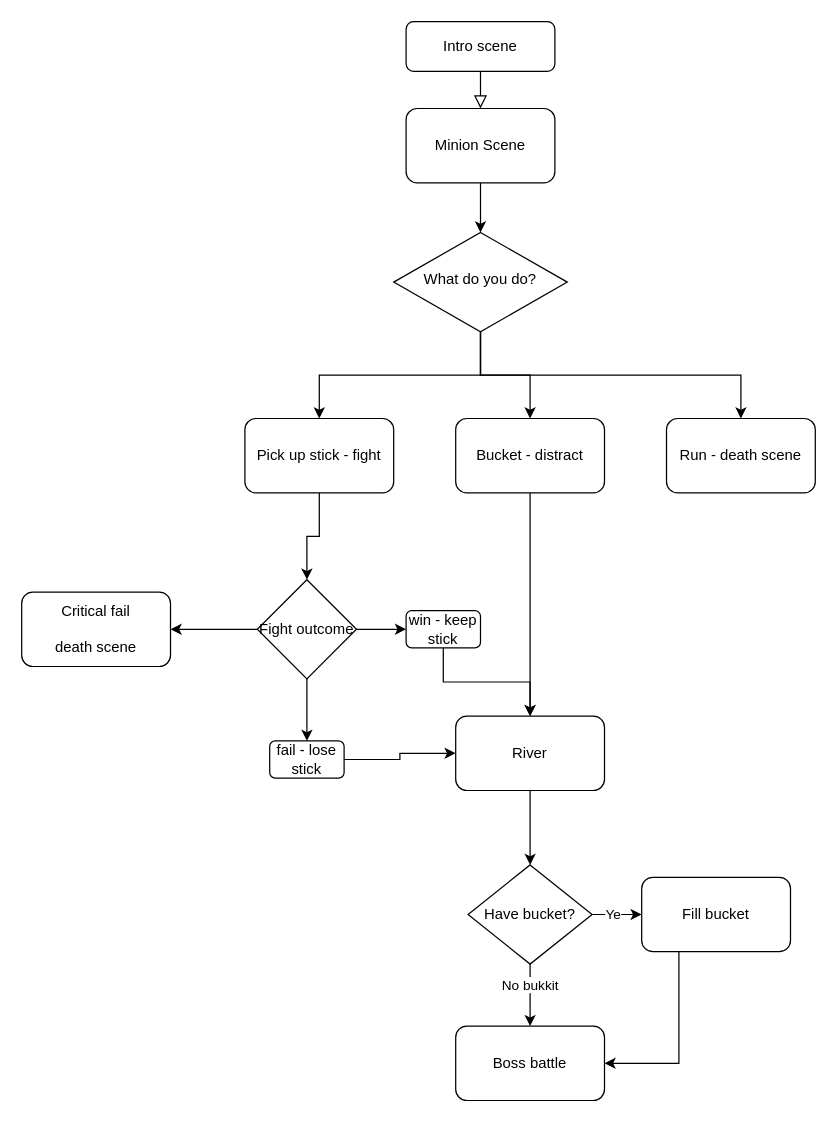
This is Untitled Diagram.drawio from Ctri-The-Third/python-text-adventure-UGS, a draw.io file, before an edit. Source tidied: cells renumbered, new cells numbered last; positions are measured from the earlier drawing's top-left corner, leaving out a move shared by most shapes. Both pictures are drawn from the tidied source at 124%, with x=0, y=0 at pixel (21, 21).
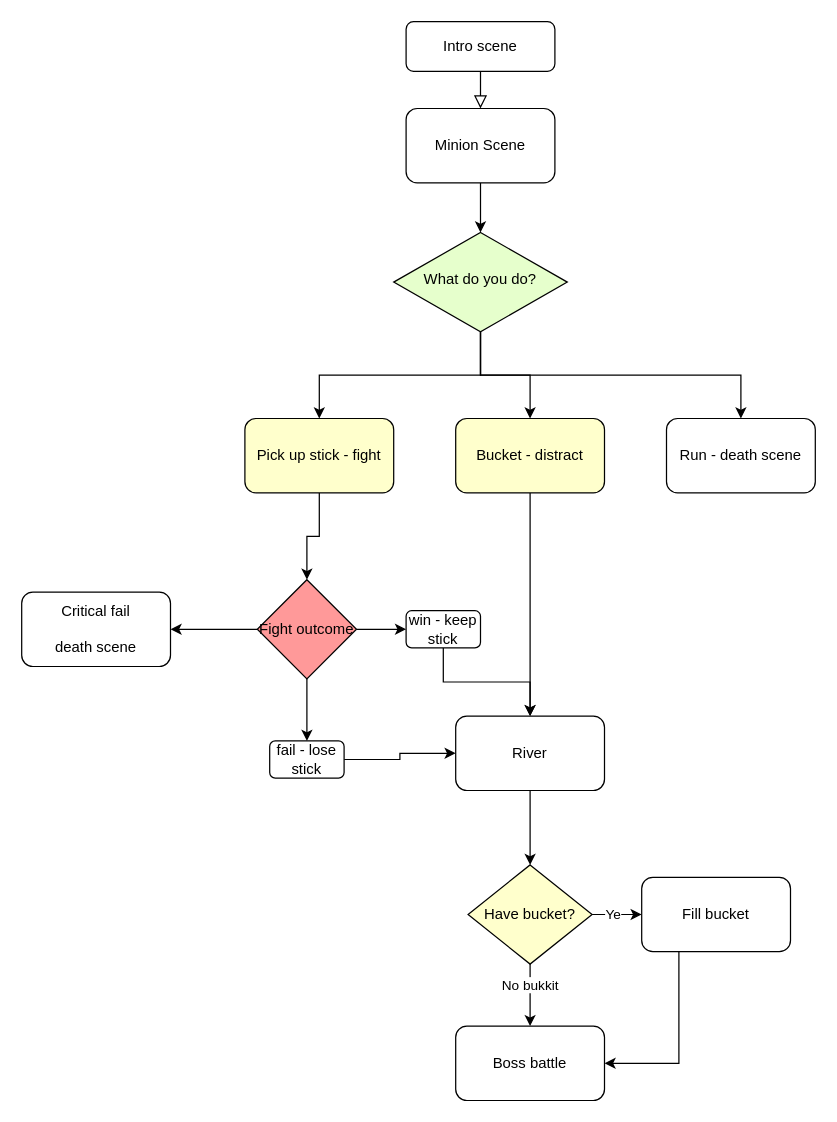
Above is the later version.

Change to the diagram source:
```diff
@@
-    <mxCell id="7" value="What do you do?" style="rhombus;whiteSpace=wrap;html=1;shadow=0;fontFamily=Helvetica;fontSize=12;align=center;strokeWidth=1;spacing=6;spacingTop=-4;" parent="1" vertex="1">
+    <mxCell id="7" value="What do you do?" style="rhombus;whiteSpace=wrap;html=1;shadow=0;fontFamily=Helvetica;fontSize=12;align=center;strokeWidth=1;spacing=6;spacingTop=-4;fillColor=#E6FFCC;" parent="1" vertex="1">
       <mxGeometry x="300" y="170" width="140" height="80" as="geometry" />
     </mxCell>
@@
-    <mxCell id="11" value="Pick up stick - fight" style="rounded=1;whiteSpace=wrap;html=1;" parent="1" vertex="1">
+    <mxCell id="11" value="Pick up stick - fight" style="rounded=1;whiteSpace=wrap;html=1;fillColor=#FFFFCC;" parent="1" vertex="1">
       <mxGeometry x="180" y="320" width="120" height="60" as="geometry" />
     </mxCell>
@@
-    <mxCell id="13" value="Bucket - distract" style="rounded=1;whiteSpace=wrap;html=1;" parent="1" vertex="1">
+    <mxCell id="13" value="Bucket - distract" style="rounded=1;whiteSpace=wrap;html=1;fillColor=#FFFFCC;" parent="1" vertex="1">
       <mxGeometry x="350" y="320" width="120" height="60" as="geometry" />
     </mxCell>
@@
-    <mxCell id="19" value="Fight outcome" style="rhombus;whiteSpace=wrap;html=1;" parent="1" vertex="1">
+    <mxCell id="19" value="Fight outcome" style="rhombus;whiteSpace=wrap;html=1;fillColor=#FF9999;" parent="1" vertex="1">
       <mxGeometry x="190" y="450" width="80" height="80" as="geometry" />
     </mxCell>
@@
-    <mxCell id="31" value="Have bucket?" style="rhombus;whiteSpace=wrap;html=1;" parent="1" vertex="1">
+    <mxCell id="31" value="Have bucket?" style="rhombus;whiteSpace=wrap;html=1;fillColor=#FFFFCC;" parent="1" vertex="1">
       <mxGeometry x="360" y="680" width="100" height="80" as="geometry" />
     </mxCell>
```
